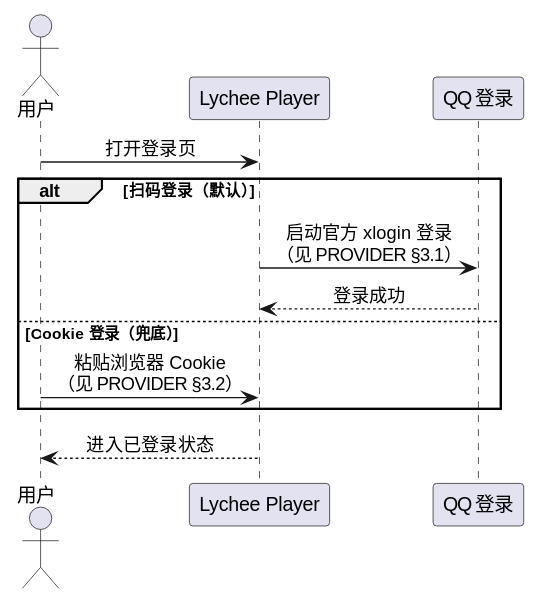
This is diagram/seq-login.svg from 54m43lJ/LycheePlayer, a PlantUML export, as it was before one commit. The source it was exported from:
```plantuml
@startuml
skinparam shadowing false
skinparam defaultTextAlignment center

actor 用户 as U
participant "Lychee Player" as APP
participant "QQ 登录" as QQ

U -> APP : 打开登录页
alt 扫码登录（默认）
  APP -> QQ : 启动官方 xlogin 登录\n（见 PROVIDER §3.1）
  QQ --> APP : 登录成功
else Cookie 登录（兜底）
  U -> APP : 粘贴浏览器 Cookie\n（见 PROVIDER §3.2）
end
APP --> U : 进入已登录状态
@enduml
```
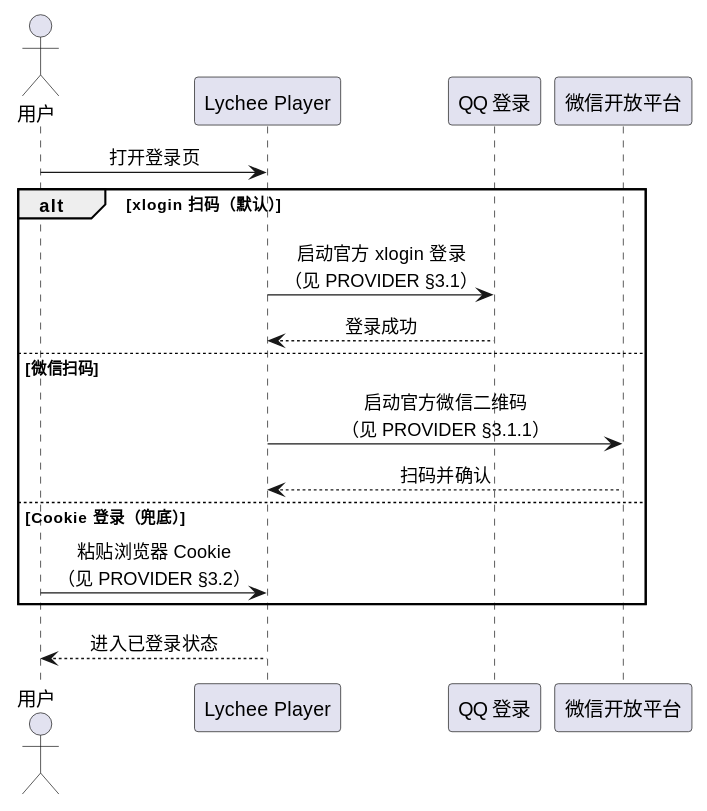
Later version of the same file.

Change to the diagram source:
```diff
@@ -5,11 +5,15 @@
 actor 用户 as U
 participant "Lychee Player" as APP
 participant "QQ 登录" as QQ
+participant "微信开放平台" as WX
 
 U -> APP : 打开登录页
-alt 扫码登录（默认）
+alt xlogin 扫码（默认）
   APP -> QQ : 启动官方 xlogin 登录\n（见 PROVIDER §3.1）
   QQ --> APP : 登录成功
+else 微信扫码
+  APP -> WX : 启动官方微信二维码\n（见 PROVIDER §3.1.1）
+  WX --> APP : 扫码并确认
 else Cookie 登录（兜底）
   U -> APP : 粘贴浏览器 Cookie\n（见 PROVIDER §3.2）
 end
```
